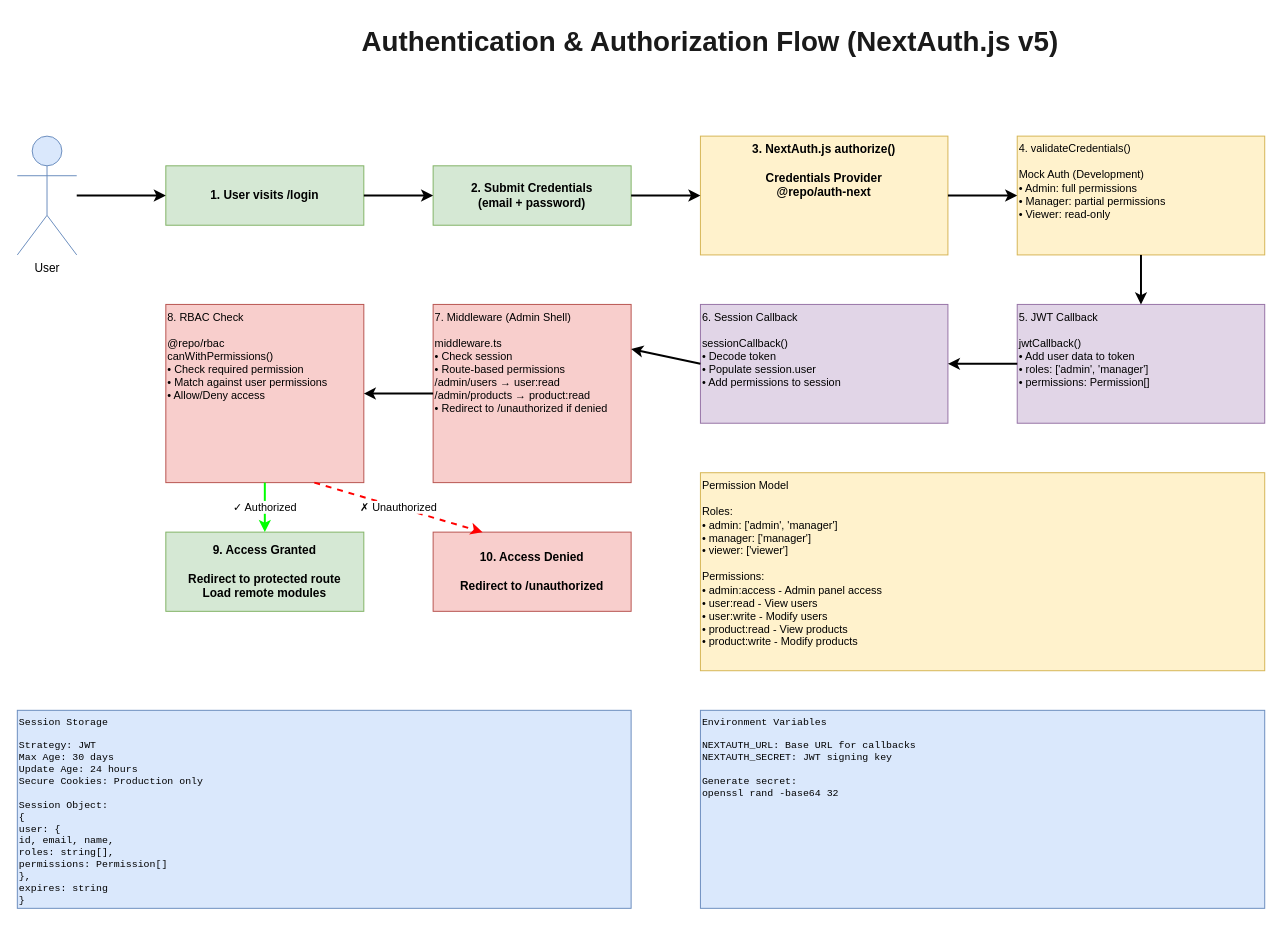
This is page "3. Authentication Flow" (3 of 4) of docs/MFE.drawio.xml from pmann2110/mfe-template, a draw.io file, before an edit. Source tidied: cells renumbered, new cells numbered last; positions are measured from the earlier drawing's top-left corner, leaving out a move shared by most shapes. Both pictures are drawn from the tidied source at 99%, with x=0, y=0 at pixel (17, 17).
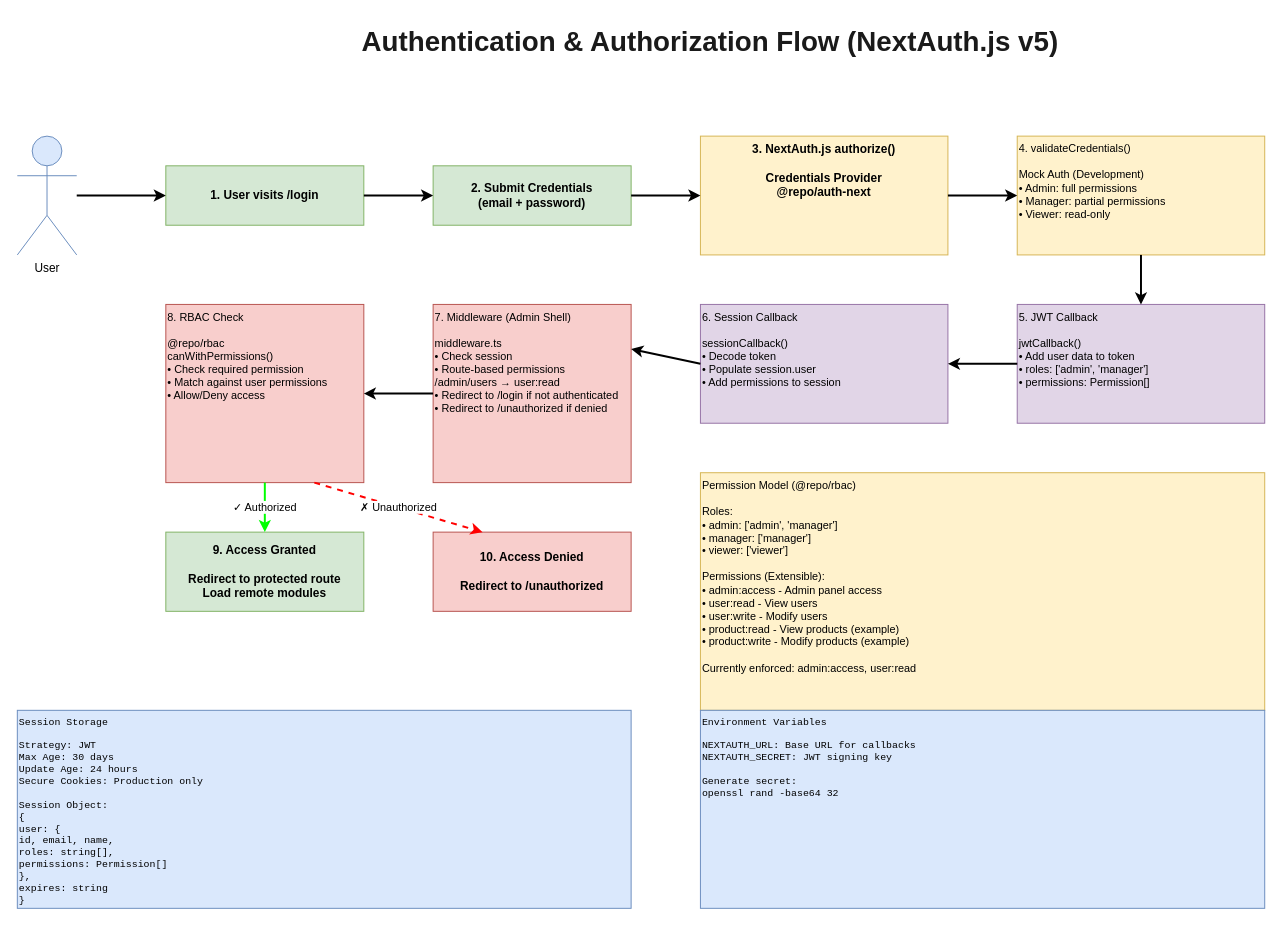
The same diagram, later.

Change to the diagram source:
```diff
@@
-    <mxCell id="16" value="7. Middleware (Admin Shell)&#10;&#10;middleware.ts&#10;• Check session&#10;• Route-based permissions&#10;  /admin/users → user:read&#10;  /admin/products → product:read&#10;• Redirect to /unauthorized if denied" style="rounded=0;whiteSpace=wrap;html=1;fillColor=#f8cecc;strokeColor=#b85450;fontSize=11;align=left;verticalAlign=top;" parent="1" vertex="1">
+    <mxCell id="16" value="7. Middleware (Admin Shell)&#10;&#10;middleware.ts&#10;• Check session&#10;• Route-based permissions&#10;  /admin/users → user:read&#10;• Redirect to /login if not authenticated&#10;• Redirect to /unauthorized if denied" style="rounded=0;whiteSpace=wrap;html=1;fillColor=#f8cecc;strokeColor=#b85450;fontSize=11;align=left;verticalAlign=top;" parent="1" vertex="1">
       <mxGeometry x="420" y="290" width="200" height="180" as="geometry" />
     </mxCell>
@@
-    <mxCell id="24" value="Permission Model&#10;&#10;Roles:&#10;• admin: ['admin', 'manager']&#10;• manager: ['manager']&#10;• viewer: ['viewer']&#10;&#10;Permissions:&#10;• admin:access - Admin panel access&#10;• user:read - View users&#10;• user:write - Modify users&#10;• product:read - View products&#10;• product:write - Modify products" style="rounded=0;whiteSpace=wrap;html=1;fillColor=#fff2cc;strokeColor=#d6b656;fontSize=11;align=left;verticalAlign=top;" parent="1" vertex="1">
-      <mxGeometry x="690" y="460" width="570" height="200" as="geometry" />
+    <mxCell id="24" value="Permission Model (@repo/rbac)&#10;&#10;Roles:&#10;• admin: ['admin', 'manager']&#10;• manager: ['manager']&#10;• viewer: ['viewer']&#10;&#10;Permissions (Extensible):&#10;• admin:access - Admin panel access&#10;• user:read - View users&#10;• user:write - Modify users&#10;• product:read - View products (example)&#10;• product:write - Modify products (example)&#10;&#10;Currently enforced: admin:access, user:read" style="rounded=0;whiteSpace=wrap;html=1;fillColor=#fff2cc;strokeColor=#d6b656;fontSize=11;align=left;verticalAlign=top;" parent="1" vertex="1">
+      <mxGeometry x="690" y="460" width="570" height="240" as="geometry" />
     </mxCell>
```
